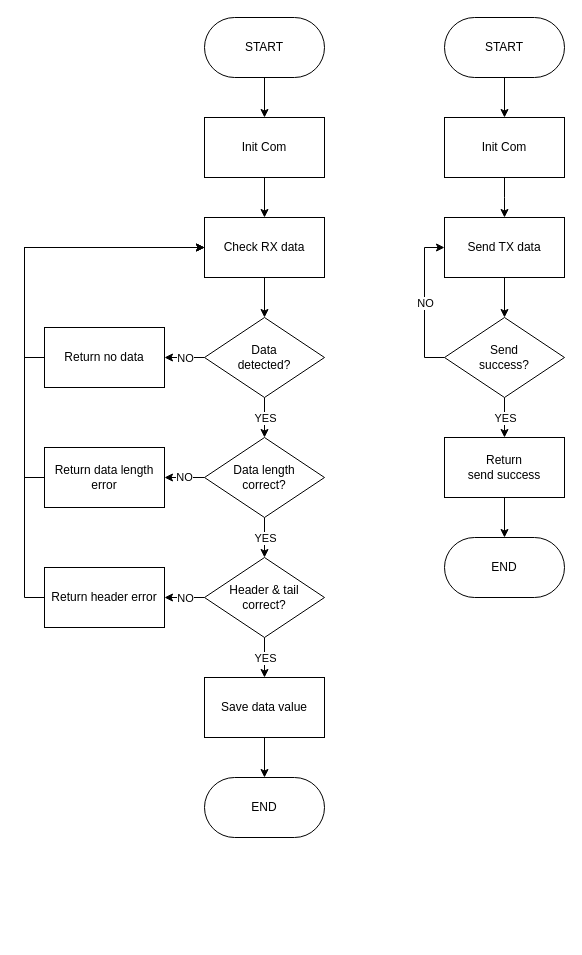
Earlier version of the draw.io diagram page "Komunikasi RS-232" (2 of 5) of Breakdown/Algorithm Flowchart.drawio (AlfonsusGiovanni/Welding-Arm-Manipulator). Source tidied: cells renumbered, new cells numbered last; positions are measured from the earlier drawing's top-left corner, leaving out a move shared by most shapes. Both pictures are drawn from the tidied source at 100%, with x=0, y=0 at pixel (44, 17).
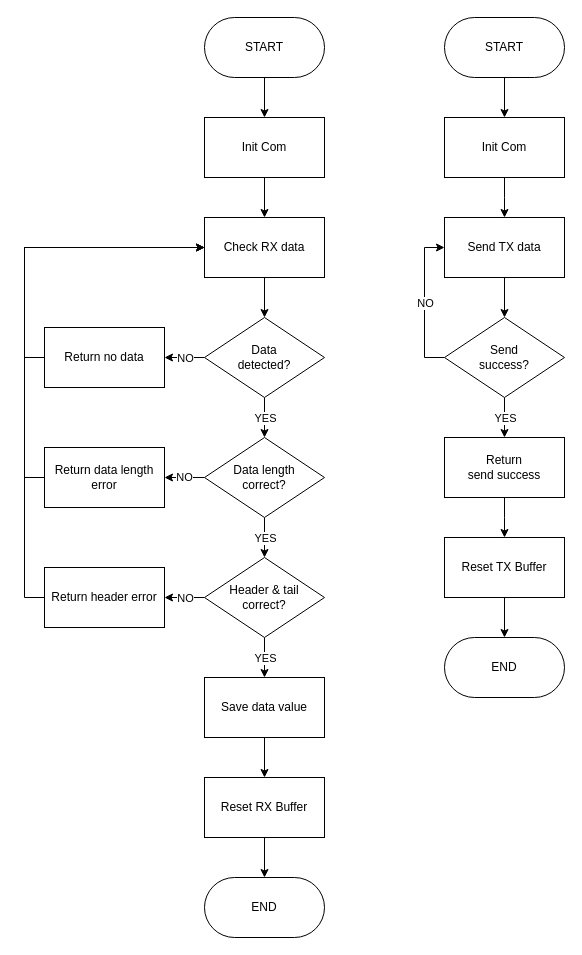
The same diagram, later.

Unchanged cells that the change refers to:
```xml
<mxCell id="24" value="Save data value" style="rounded=0;whiteSpace=wrap;html=1;" parent="1" vertex="1">
  <mxGeometry x="160" y="660" width="120" height="60" as="geometry" />
</mxCell>
<mxCell id="44" value="Return&lt;div&gt;send success&lt;/div&gt;" style="rounded=0;whiteSpace=wrap;html=1;" parent="1" vertex="1">
  <mxGeometry x="400" y="420" width="120" height="60" as="geometry" />
</mxCell>
```

Diff of the diagram source:
```diff
@@
-    <mxCell id="23" style="edgeStyle=orthogonalEdgeStyle;rounded=0;jettySize=auto;html=1;" parent="1" edge="1" source="24" target="25">
-      <mxGeometry relative="1" as="geometry" />
-    </mxCell>
+    <mxCell id="46" style="edgeStyle=orthogonalEdgeStyle;rounded=0;jettySize=auto;html=1;" parent="1" edge="1" source="24" target="49">
+      <mxGeometry relative="1" as="geometry" />
+    </mxCell>
@@
-    <mxCell id="25" value="END" style="rounded=1;whiteSpace=wrap;html=1;arcSize=50;" parent="1" vertex="1">
-      <mxGeometry x="160" y="760" width="120" height="60" as="geometry" />
-    </mxCell>
@@
-    <mxCell id="43" style="edgeStyle=orthogonalEdgeStyle;rounded=0;jettySize=auto;html=1;" parent="1" edge="1" source="44" target="45">
-      <mxGeometry relative="1" as="geometry" />
+    <mxCell id="43" style="edgeStyle=orthogonalEdgeStyle;rounded=0;jettySize=auto;html=1;" parent="1" edge="1" source="44">
+      <mxGeometry relative="1" as="geometry">
+        <mxPoint x="460" y="520" as="targetPoint" />
+      </mxGeometry>
     </mxCell>
@@
-    <mxCell id="45" value="END" style="rounded=1;whiteSpace=wrap;html=1;arcSize=50;" parent="1" vertex="1">
-      <mxGeometry x="400" y="520" width="120" height="60" as="geometry" />
-    </mxCell>
+    <mxCell id="47" value="END" style="rounded=1;whiteSpace=wrap;html=1;arcSize=50;" parent="1" vertex="1">
+      <mxGeometry x="160" y="860" width="120" height="60" as="geometry" />
+    </mxCell>
+    <mxCell id="48" style="edgeStyle=orthogonalEdgeStyle;rounded=0;jettySize=auto;html=1;" parent="1" edge="1" source="49" target="47">
+      <mxGeometry relative="1" as="geometry" />
+    </mxCell>
+    <mxCell id="49" value="Reset RX Buffer" style="rounded=0;whiteSpace=wrap;html=1;" parent="1" vertex="1">
+      <mxGeometry x="160" y="760" width="120" height="60" as="geometry" />
+    </mxCell>
+    <mxCell id="50" value="END" style="rounded=1;whiteSpace=wrap;html=1;arcSize=50;" parent="1" vertex="1">
+      <mxGeometry x="400" y="620" width="120" height="60" as="geometry" />
+    </mxCell>
+    <mxCell id="51" style="edgeStyle=orthogonalEdgeStyle;rounded=0;jettySize=auto;html=1;" parent="1" edge="1" source="52" target="50">
+      <mxGeometry relative="1" as="geometry" />
+    </mxCell>
+    <mxCell id="52" value="Reset TX Buffer" style="rounded=0;whiteSpace=wrap;html=1;" parent="1" vertex="1">
+      <mxGeometry x="400" y="520" width="120" height="60" as="geometry" />
+    </mxCell>
```
